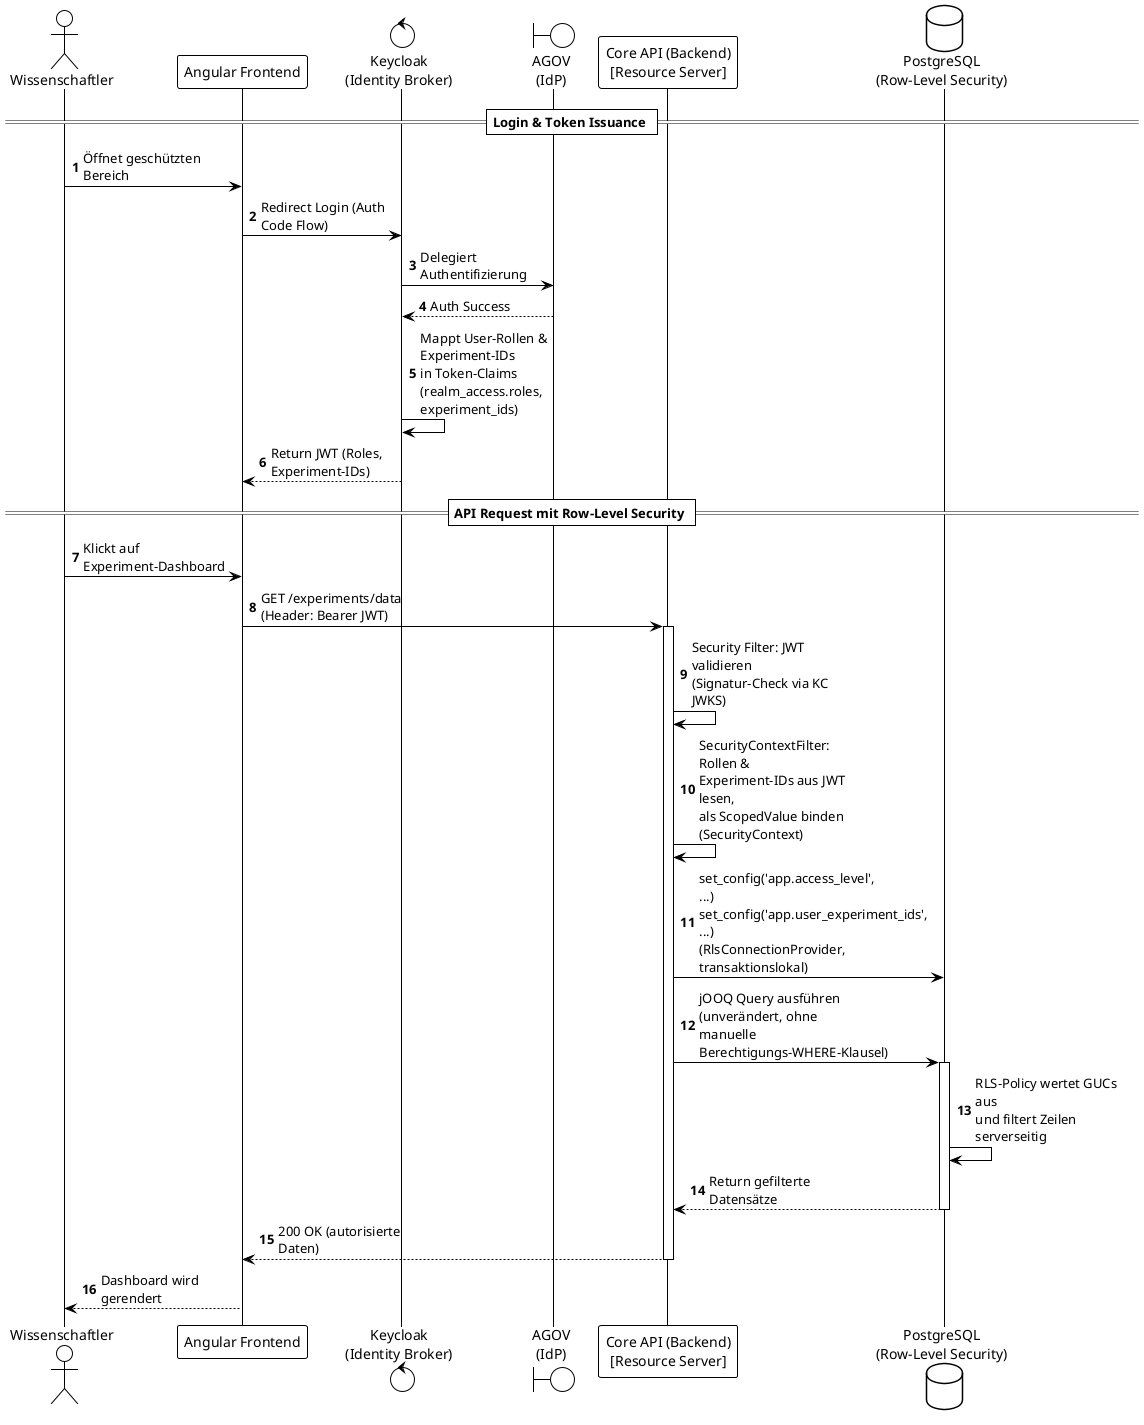
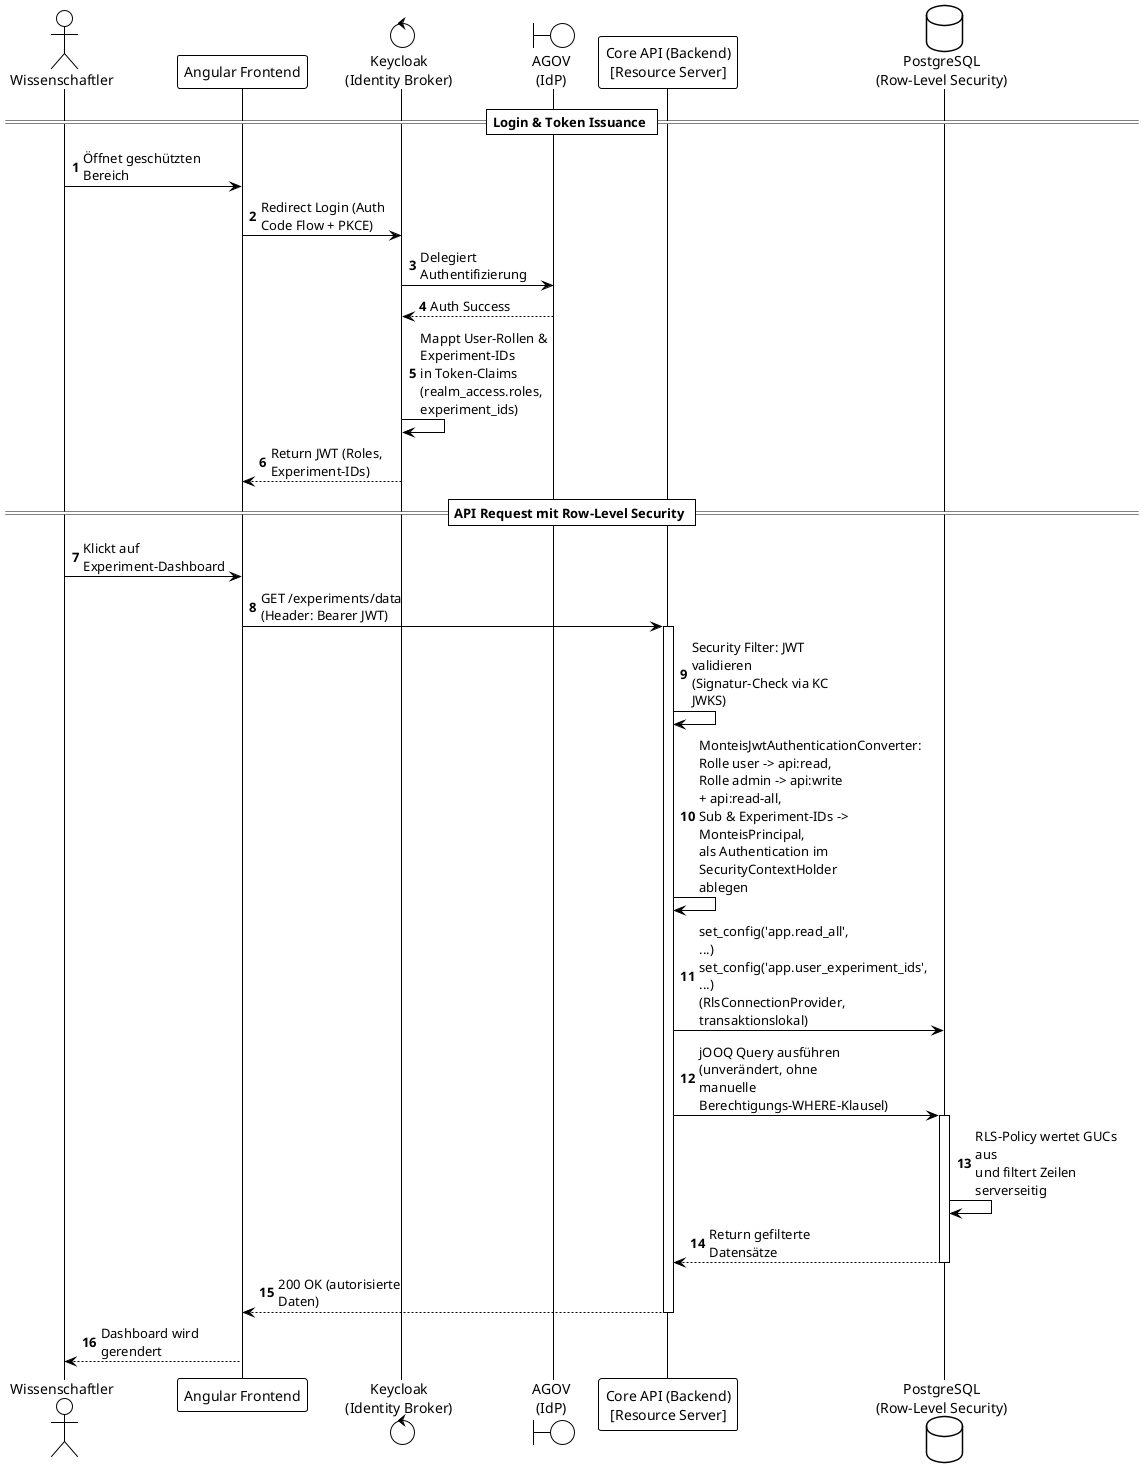
@startuml
!theme plain
autonumber
skinparam maxMessageSize 150

actor "Wissenschaftler" as User
participant "Angular Frontend" as UI
control "Keycloak\n(Identity Broker)" as KC
boundary "AGOV\n(IdP)" as AGOV
participant "Core API (Backend)\n[Resource Server]" as Backend
database "PostgreSQL\n(Row-Level Security)" as DB

== Login & Token Issuance ==
User -> UI : Öffnet geschützten Bereich
- UI -> KC : Redirect Login (Auth Code Flow)
+ UI -> KC : Redirect Login (Auth Code Flow + PKCE)
KC -> AGOV : Delegiert Authentifizierung
AGOV --> KC : Auth Success
KC -> KC : Mappt User-Rollen & Experiment-IDs\nin Token-Claims (realm_access.roles, experiment_ids)
KC --> UI : Return JWT (Roles, Experiment-IDs)

== API Request mit Row-Level Security ==
User -> UI : Klickt auf Experiment-Dashboard
UI -> Backend : GET /experiments/data\n(Header: Bearer JWT)
activate Backend

Backend -> Backend : Security Filter: JWT validieren\n(Signatur-Check via KC JWKS)
- Backend -> Backend : SecurityContextFilter: Rollen &\nExperiment-IDs aus JWT lesen,\nals ScopedValue binden (SecurityContext)
+ Backend -> Backend : MonteisJwtAuthenticationConverter: Rolle user -> api:read,\nRolle admin -> api:write + api:read-all,\nSub & Experiment-IDs -> MonteisPrincipal,\nals Authentication im SecurityContextHolder ablegen

- Backend -> DB : set_config('app.access_level', ...)\nset_config('app.user_experiment_ids', ...)\n(RlsConnectionProvider, transaktionslokal)
+ Backend -> DB : set_config('app.read_all', ...)\nset_config('app.user_experiment_ids', ...)\n(RlsConnectionProvider, transaktionslokal)
Backend -> DB : jOOQ Query ausführen\n(unverändert, ohne manuelle\nBerechtigungs-WHERE-Klausel)
activate DB
DB -> DB : RLS-Policy wertet GUCs aus\nund filtert Zeilen serverseitig
DB --> Backend : Return gefilterte Datensätze
deactivate DB

Backend --> UI : 200 OK (autorisierte Daten)
deactivate Backend

UI --> User : Dashboard wird gerendert

@enduml
